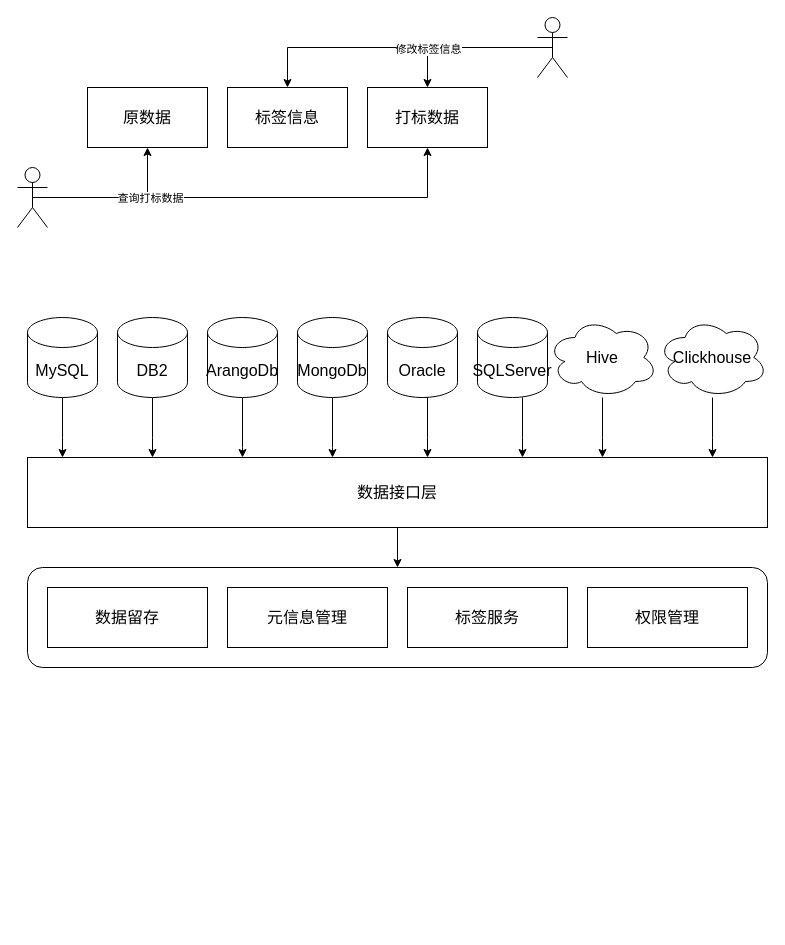
Before: 未命名绘图.drawio in dcvx/draw.io, a draw.io diagram. Source tidied: cells renumbered, new cells numbered last; positions are measured from the earlier drawing's top-left corner, leaving out a move shared by most shapes. Both pictures are drawn from the tidied source at 100%, with x=0, y=0 at pixel (17, 17).
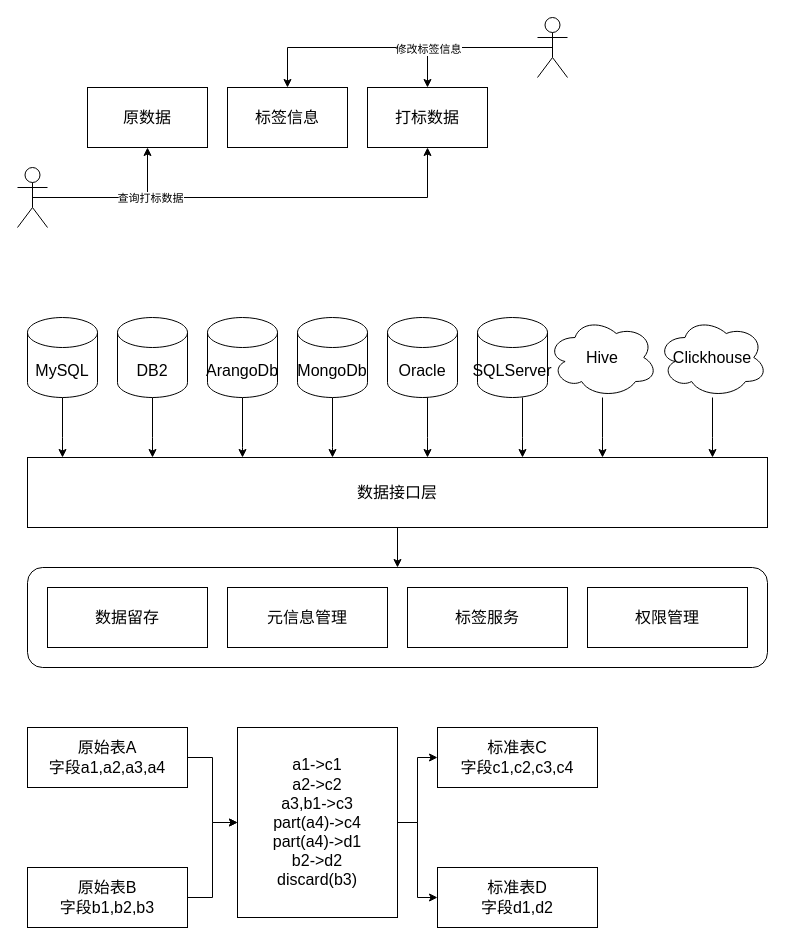
After the change.

Commit message:
更新未命名绘图.drawio

What changed in the source:
```diff
@@
+    <mxCell id="36" style="edgeStyle=orthogonalEdgeStyle;rounded=0;jettySize=auto;html=1;" parent="1" edge="1" source="37" target="44">
+      <mxGeometry relative="1" as="geometry" />
+    </mxCell>
+    <mxCell id="37" value="原始表A&lt;br&gt;字段a1,a2,a3,a4" style="rounded=0;whiteSpace=wrap;html=1;fontSize=16;" parent="1" vertex="1">
+      <mxGeometry x="10" y="710" width="160" height="60" as="geometry" />
+    </mxCell>
+    <mxCell id="38" style="edgeStyle=orthogonalEdgeStyle;rounded=0;jettySize=auto;html=1;" parent="1" edge="1" source="39" target="44">
+      <mxGeometry relative="1" as="geometry" />
+    </mxCell>
+    <mxCell id="39" value="原始表B&lt;br&gt;字段b1,b2,b3" style="rounded=0;whiteSpace=wrap;html=1;fontSize=16;" parent="1" vertex="1">
+      <mxGeometry x="10" y="850" width="160" height="60" as="geometry" />
+    </mxCell>
+    <mxCell id="40" value="标准表C&lt;br&gt;字段c1,c2,c3,c4" style="rounded=0;whiteSpace=wrap;html=1;fontSize=16;" parent="1" vertex="1">
+      <mxGeometry x="420" y="710" width="160" height="60" as="geometry" />
+    </mxCell>
+    <mxCell id="41" value="标准表D&lt;br&gt;字段d1,d2" style="rounded=0;whiteSpace=wrap;html=1;fontSize=16;" parent="1" vertex="1">
+      <mxGeometry x="420" y="850" width="160" height="60" as="geometry" />
+    </mxCell>
+    <mxCell id="42" style="edgeStyle=orthogonalEdgeStyle;rounded=0;jettySize=auto;html=1;exitX=1;exitY=0.5;exitDx=0;exitDy=0;" parent="1" edge="1" source="44" target="40">
+      <mxGeometry relative="1" as="geometry" />
+    </mxCell>
+    <mxCell id="43" style="edgeStyle=orthogonalEdgeStyle;rounded=0;jettySize=auto;html=1;" parent="1" edge="1" source="44" target="41">
+      <mxGeometry relative="1" as="geometry" />
+    </mxCell>
+    <mxCell id="44" value="a1-&amp;gt;c1&lt;br style=&quot;border-color: var(--border-color); background-color: rgb(255, 255, 255);&quot;&gt;&lt;span style=&quot;border-color: var(--border-color); background-color: rgb(255, 255, 255);&quot;&gt;a2-&amp;gt;c2&lt;/span&gt;&lt;br style=&quot;border-color: var(--border-color); background-color: rgb(255, 255, 255);&quot;&gt;&lt;span style=&quot;border-color: var(--border-color); background-color: rgb(255, 255, 255);&quot;&gt;a3,b1-&amp;gt;c3&lt;/span&gt;&lt;br style=&quot;border-color: var(--border-color); background-color: rgb(255, 255, 255);&quot;&gt;&lt;span style=&quot;border-color: var(--border-color); background-color: rgb(255, 255, 255);&quot;&gt;part(a4)-&amp;gt;c4&lt;/span&gt;&lt;br style=&quot;border-color: var(--border-color); background-color: rgb(255, 255, 255);&quot;&gt;&lt;span style=&quot;border-color: var(--border-color); background-color: rgb(255, 255, 255);&quot;&gt;part(a4)-&amp;gt;d1&lt;/span&gt;&lt;br style=&quot;border-color: var(--border-color); background-color: rgb(255, 255, 255);&quot;&gt;&lt;span style=&quot;border-color: var(--border-color); background-color: rgb(255, 255, 255);&quot;&gt;b2-&amp;gt;d2&lt;br&gt;discard(b3)&lt;br&gt;&lt;/span&gt;" style="rounded=0;whiteSpace=wrap;html=1;fontSize=16;" parent="1" vertex="1">
+      <mxGeometry x="220" y="710" width="160" height="190" as="geometry" />
+    </mxCell>
```
